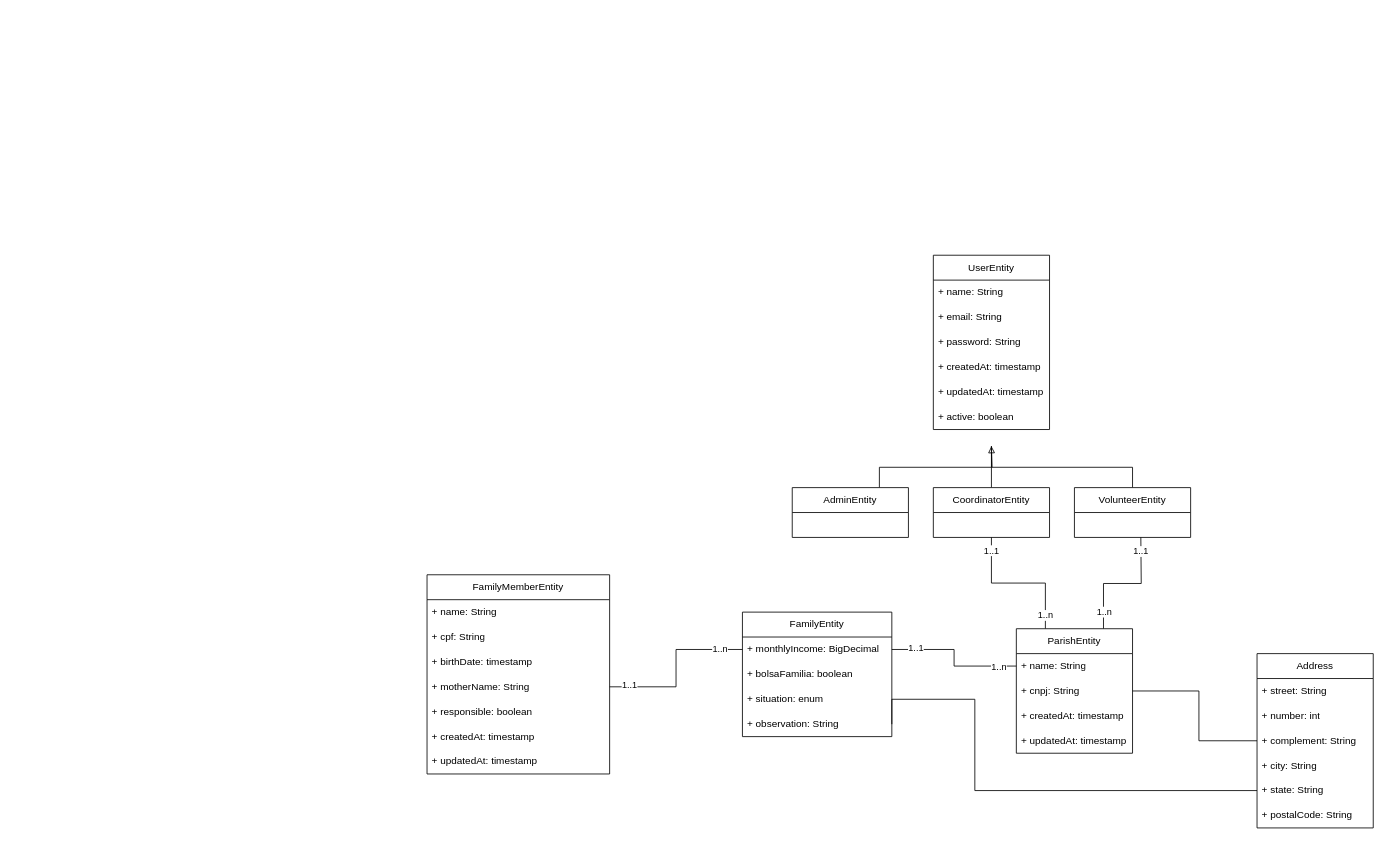
This is caritas.drawio from xliveirx/caritas-quarkus, a draw.io file, before an edit. Source tidied: cells renumbered, new cells numbered last; positions are measured from the earlier drawing's top-left corner, leaving out a move shared by most shapes. Both pictures are drawn from the tidied source at 83%, with x=0, y=0 at pixel (427, 255).
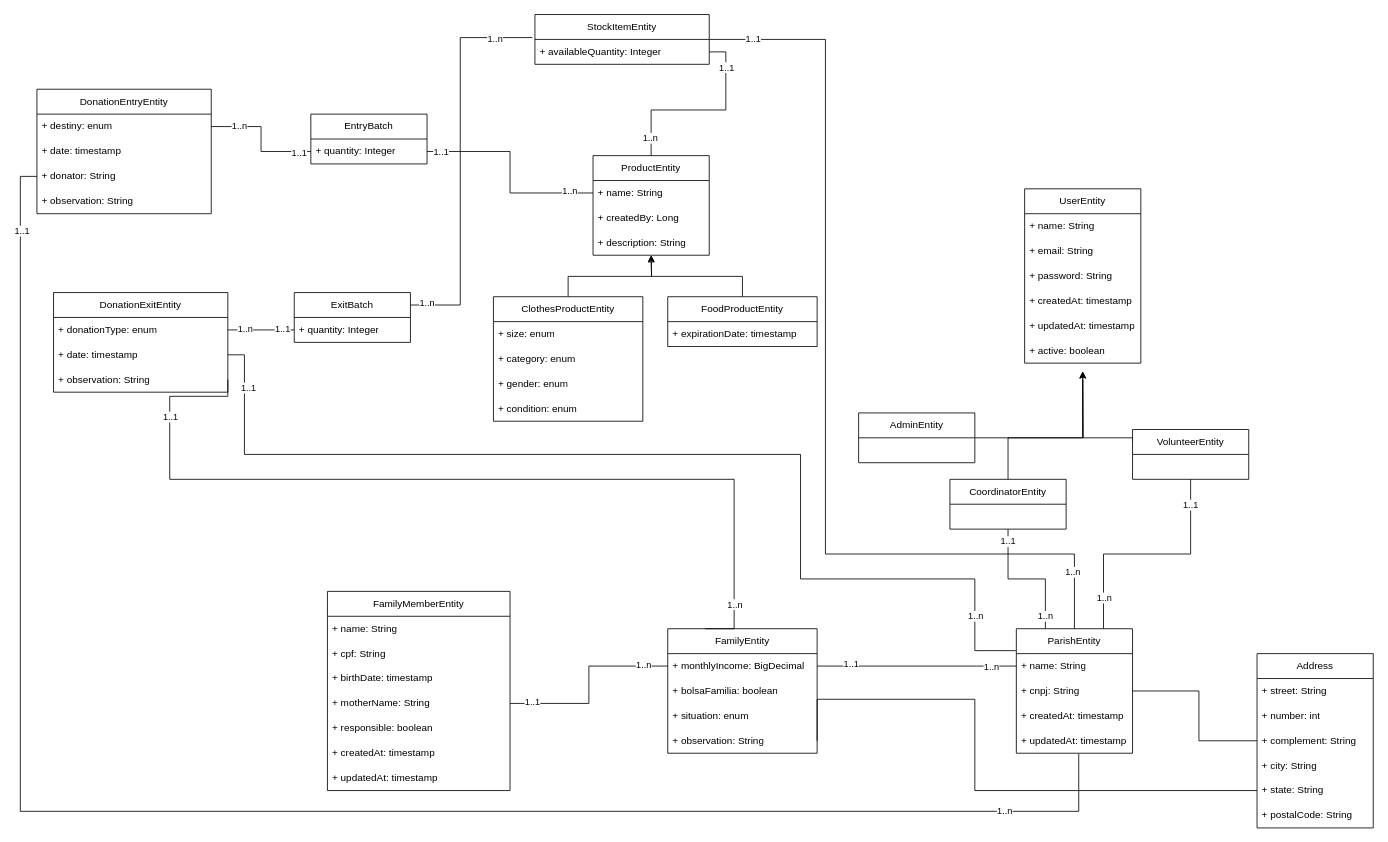
The same diagram, later.

Unchanged cells that the change refers to:
```xml
<mxCell id="9" value="ParishEntity" style="swimlane;fontStyle=0;horizontal=1;startSize=30;whiteSpace=wrap;html=1;" parent="1" vertex="1">
  <mxGeometry x="710" y="450" width="140" height="150" as="geometry" />
</mxCell>
<mxCell id="10" value="+ name: String" style="text;strokeColor=none;fillColor=none;align=left;verticalAlign=middle;spacingLeft=4;spacingRight=4;overflow=hidden;points=[[0,0.5],[1,0.5]];portConstraint=eastwest;whiteSpace=wrap;html=1;" parent="9" vertex="1">
  <mxGeometry y="30" width="140" height="30" as="geometry" />
</mxCell>
<mxCell id="13" value="+ updatedAt: timestamp" style="text;strokeColor=none;fillColor=none;align=left;verticalAlign=middle;spacingLeft=4;spacingRight=4;overflow=hidden;points=[[0,0.5],[1,0.5]];portConstraint=eastwest;whiteSpace=wrap;html=1;" parent="9" vertex="1">
  <mxGeometry y="120" width="140" height="30" as="geometry" />
</mxCell>
```

What changed in the source:
```diff
@@
-    <mxCell id="2" style="edgeStyle=orthogonalEdgeStyle;rounded=0;jettySize=auto;html=1;exitX=0.75;exitY=0;exitDx=0;exitDy=0;endArrow=none;endFill=0;" parent="1" edge="1" source="9">
-      <mxGeometry relative="1" as="geometry">
-        <mxPoint x="860" y="340" as="targetPoint" />
-      </mxGeometry>
+    <mxCell id="2" style="edgeStyle=orthogonalEdgeStyle;rounded=0;jettySize=auto;html=1;exitX=0.75;exitY=0;exitDx=0;exitDy=0;endArrow=none;endFill=0;entryX=0.5;entryY=1;entryDx=0;entryDy=0;" parent="1" edge="1" source="9" target="34">
+      <mxGeometry relative="1" as="geometry" />
     </mxCell>
@@
     <mxCell id="21" value="UserEntity" style="swimlane;fontStyle=0;horizontal=1;startSize=30;whiteSpace=wrap;html=1;" parent="1" vertex="1">
-      <mxGeometry x="610" width="140" height="210" as="geometry" />
+      <mxGeometry x="720" y="-80" width="140" height="210" as="geometry" />
     </mxCell>
@@
-    <mxCell id="29" style="edgeStyle=orthogonalEdgeStyle;rounded=0;jettySize=auto;html=1;exitX=0.75;exitY=0;exitDx=0;exitDy=0;endArrow=none;endFill=0;" parent="1" edge="1" source="30">
-      <mxGeometry relative="1" as="geometry">
-        <mxPoint x="680" y="230" as="targetPoint" />
-      </mxGeometry>
-    </mxCell>
+    <mxCell id="55" style="edgeStyle=orthogonalEdgeStyle;rounded=0;jettySize=auto;html=1;exitX=1;exitY=0.5;exitDx=0;exitDy=0;" parent="1" edge="1" source="30">
+      <mxGeometry relative="1" as="geometry">
+        <mxPoint x="790" y="140" as="targetPoint" />
+      </mxGeometry>
+    </mxCell>
     <mxCell id="30" value="AdminEntity" style="swimlane;fontStyle=0;horizontal=1;startSize=30;whiteSpace=wrap;html=1;" parent="1" vertex="1">
-      <mxGeometry x="440" y="280" width="140" height="60" as="geometry" />
+      <mxGeometry x="520" y="190" width="140" height="60" as="geometry" />
     </mxCell>
     <mxCell id="31" style="edgeStyle=orthogonalEdgeStyle;rounded=0;jettySize=auto;html=1;exitX=0.5;exitY=0;exitDx=0;exitDy=0;endArrow=none;endFill=0;" parent="1" edge="1" source="32">
       <mxGeometry relative="1" as="geometry">
-        <mxPoint x="680" y="230" as="targetPoint" />
+        <mxPoint x="790" y="150" as="targetPoint" />
+        <Array as="points">
+          <mxPoint x="700" y="220" />
+          <mxPoint x="790" y="220" />
+        </Array>
       </mxGeometry>
     </mxCell>
     <mxCell id="32" value="CoordinatorEntity" style="swimlane;fontStyle=0;horizontal=1;startSize=30;whiteSpace=wrap;html=1;" parent="1" vertex="1">
-      <mxGeometry x="610" y="280" width="140" height="60" as="geometry" />
+      <mxGeometry x="630" y="270" width="140" height="60" as="geometry" />
     </mxCell>
-    <mxCell id="33" style="edgeStyle=orthogonalEdgeStyle;rounded=0;jettySize=auto;html=1;exitX=0.5;exitY=0;exitDx=0;exitDy=0;startArrow=none;startFill=0;endArrow=block;endFill=0;endSize=6;" parent="1" edge="1" source="34">
-      <mxGeometry relative="1" as="geometry">
-        <mxPoint x="680" y="230" as="targetPoint" />
-      </mxGeometry>
-    </mxCell>
+    <mxCell id="56" style="edgeStyle=orthogonalEdgeStyle;rounded=0;jettySize=auto;html=1;exitX=0;exitY=0.25;exitDx=0;exitDy=0;" parent="1" edge="1" source="34">
+      <mxGeometry relative="1" as="geometry">
+        <mxPoint x="790" y="140" as="targetPoint" />
+        <Array as="points">
+          <mxPoint x="850" y="220" />
+          <mxPoint x="790" y="220" />
+        </Array>
+      </mxGeometry>
+    </mxCell>
     <mxCell id="34" value="VolunteerEntity" style="swimlane;fontStyle=0;horizontal=1;startSize=30;whiteSpace=wrap;html=1;" parent="1" vertex="1">
-      <mxGeometry x="780" y="280" width="140" height="60" as="geometry" />
+      <mxGeometry x="850" y="210" width="140" height="60" as="geometry" />
     </mxCell>
     <mxCell id="35" value="FamilyEntity" style="swimlane;fontStyle=0;horizontal=1;startSize=30;whiteSpace=wrap;html=1;" parent="1" vertex="1">
-      <mxGeometry x="380" y="430" width="180" height="150" as="geometry" />
+      <mxGeometry x="290" y="450" width="180" height="150" as="geometry" />
     </mxCell>
@@
     <mxCell id="40" value="FamilyMemberEntity" style="swimlane;fontStyle=0;horizontal=1;startSize=30;whiteSpace=wrap;html=1;" parent="1" vertex="1">
-      <mxGeometry y="385" width="220" height="240" as="geometry" />
+      <mxGeometry x="-120" y="405" width="220" height="240" as="geometry" />
     </mxCell>
@@
+    <mxCell id="57" value="DonationEntryEntity" style="swimlane;fontStyle=0;horizontal=1;startSize=30;whiteSpace=wrap;html=1;" parent="1" vertex="1">
+      <mxGeometry x="-470" y="-200" width="210" height="150" as="geometry" />
+    </mxCell>
+    <mxCell id="58" value="+ destiny: enum" style="text;strokeColor=none;fillColor=none;align=left;verticalAlign=middle;spacingLeft=4;spacingRight=4;overflow=hidden;points=[[0,0.5],[1,0.5]];portConstraint=eastwest;whiteSpace=wrap;html=1;" parent="57" vertex="1">
+      <mxGeometry y="30" width="210" height="30" as="geometry" />
+    </mxCell>
+    <mxCell id="59" value="+ date: timestamp" style="text;strokeColor=none;fillColor=none;align=left;verticalAlign=middle;spacingLeft=4;spacingRight=4;overflow=hidden;whiteSpace=wrap;html=1;" parent="57" vertex="1">
+      <mxGeometry y="60" width="210" height="30" as="geometry" />
+    </mxCell>
+    <mxCell id="60" value="+ donator: String" style="text;strokeColor=none;fillColor=none;align=left;verticalAlign=middle;spacingLeft=4;spacingRight=4;overflow=hidden;points=[[0,0.5],[1,0.5]];portConstraint=eastwest;whiteSpace=wrap;html=1;" parent="57" vertex="1">
+      <mxGeometry y="90" width="210" height="30" as="geometry" />
+    </mxCell>
+    <mxCell id="61" value="+ observation: String" style="text;strokeColor=none;fillColor=none;align=left;verticalAlign=middle;spacingLeft=4;spacingRight=4;overflow=hidden;whiteSpace=wrap;html=1;" parent="57" vertex="1">
+      <mxGeometry y="120" width="210" height="30" as="geometry" />
+    </mxCell>
+    <mxCell id="62" value="ProductEntity" style="swimlane;fontStyle=0;horizontal=1;startSize=30;whiteSpace=wrap;html=1;" parent="1" vertex="1">
+      <mxGeometry x="200" y="-120" width="140" height="120" as="geometry" />
+    </mxCell>
+    <mxCell id="63" value="+ name: String" style="text;strokeColor=none;fillColor=none;align=left;verticalAlign=middle;spacingLeft=4;spacingRight=4;overflow=hidden;points=[[0,0.5],[1,0.5]];portConstraint=eastwest;whiteSpace=wrap;html=1;" parent="62" vertex="1">
+      <mxGeometry y="30" width="140" height="30" as="geometry" />
+    </mxCell>
+    <mxCell id="64" value="+ createdBy: Long" style="text;strokeColor=none;fillColor=none;align=left;verticalAlign=middle;spacingLeft=4;spacingRight=4;overflow=hidden;whiteSpace=wrap;html=1;" parent="62" vertex="1">
+      <mxGeometry y="60" width="140" height="30" as="geometry" />
+    </mxCell>
+    <mxCell id="65" value="+ description: String" style="text;strokeColor=none;fillColor=none;align=left;verticalAlign=middle;spacingLeft=4;spacingRight=4;overflow=hidden;whiteSpace=wrap;html=1;" parent="62" vertex="1">
+      <mxGeometry y="90" width="140" height="30" as="geometry" />
+    </mxCell>
+    <mxCell id="66" style="edgeStyle=orthogonalEdgeStyle;rounded=0;jettySize=auto;html=1;exitX=0.5;exitY=0;exitDx=0;exitDy=0;" parent="1" edge="1" source="67">
+      <mxGeometry relative="1" as="geometry">
+        <mxPoint x="270" as="targetPoint" />
+      </mxGeometry>
+    </mxCell>
+    <mxCell id="67" value="FoodProductEntity" style="swimlane;fontStyle=0;horizontal=1;startSize=30;whiteSpace=wrap;html=1;" parent="1" vertex="1">
+      <mxGeometry x="290" y="50" width="180" height="60" as="geometry" />
+    </mxCell>
+    <mxCell id="68" value="+ expirationDate: timestamp" style="text;strokeColor=none;fillColor=none;align=left;verticalAlign=middle;spacingLeft=4;spacingRight=4;overflow=hidden;whiteSpace=wrap;html=1;" parent="67" vertex="1">
+      <mxGeometry y="30" width="180" height="30" as="geometry" />
+    </mxCell>
+    <mxCell id="69" style="edgeStyle=orthogonalEdgeStyle;rounded=0;jettySize=auto;html=1;exitX=0.5;exitY=0;exitDx=0;exitDy=0;endArrow=block;endFill=0;" parent="1" edge="1" source="70">
+      <mxGeometry relative="1" as="geometry">
+        <mxPoint x="270" as="targetPoint" />
+      </mxGeometry>
+    </mxCell>
+    <mxCell id="70" value="ClothesProductEntity" style="swimlane;fontStyle=0;horizontal=1;startSize=30;whiteSpace=wrap;html=1;" parent="1" vertex="1">
+      <mxGeometry x="80" y="50" width="180" height="150" as="geometry" />
+    </mxCell>
+    <mxCell id="71" value="+ size: enum" style="text;strokeColor=none;fillColor=none;align=left;verticalAlign=middle;spacingLeft=4;spacingRight=4;overflow=hidden;whiteSpace=wrap;html=1;" parent="70" vertex="1">
+      <mxGeometry y="30" width="180" height="30" as="geometry" />
+    </mxCell>
+    <mxCell id="72" value="+ category: enum" style="text;strokeColor=none;fillColor=none;align=left;verticalAlign=middle;spacingLeft=4;spacingRight=4;overflow=hidden;whiteSpace=wrap;html=1;" parent="70" vertex="1">
+      <mxGeometry y="60" width="180" height="30" as="geometry" />
+    </mxCell>
+    <mxCell id="73" value="+ gender: enum" style="text;strokeColor=none;fillColor=none;align=left;verticalAlign=middle;spacingLeft=4;spacingRight=4;overflow=hidden;whiteSpace=wrap;html=1;" parent="70" vertex="1">
+      <mxGeometry y="90" width="180" height="30" as="geometry" />
+    </mxCell>
+    <mxCell id="74" value="+ condition: enum" style="text;strokeColor=none;fillColor=none;align=left;verticalAlign=middle;spacingLeft=4;spacingRight=4;overflow=hidden;whiteSpace=wrap;html=1;" parent="70" vertex="1">
+      <mxGeometry y="120" width="180" height="30" as="geometry" />
+    </mxCell>
+    <mxCell id="75" value="DonationExitEntity" style="swimlane;fontStyle=0;horizontal=1;startSize=30;whiteSpace=wrap;html=1;" parent="1" vertex="1">
+      <mxGeometry x="-450" y="45" width="210" height="120" as="geometry" />
+    </mxCell>
+    <mxCell id="76" value="+ donationType: enum" style="text;strokeColor=none;fillColor=none;align=left;verticalAlign=middle;spacingLeft=4;spacingRight=4;overflow=hidden;points=[[0,0.5],[1,0.5]];portConstraint=eastwest;whiteSpace=wrap;html=1;" parent="75" vertex="1">
+      <mxGeometry y="30" width="210" height="30" as="geometry" />
+    </mxCell>
+    <mxCell id="77" value="+ date: timestamp" style="text;strokeColor=none;fillColor=none;align=left;verticalAlign=middle;spacingLeft=4;spacingRight=4;overflow=hidden;points=[[0,0.5],[1,0.5]];portConstraint=eastwest;whiteSpace=wrap;html=1;" parent="75" vertex="1">
+      <mxGeometry y="60" width="210" height="30" as="geometry" />
+    </mxCell>
+    <mxCell id="78" value="+ observation: String" style="text;strokeColor=none;fillColor=none;align=left;verticalAlign=middle;spacingLeft=4;spacingRight=4;overflow=hidden;points=[[0,0.5],[1,0.5]];portConstraint=eastwest;whiteSpace=wrap;html=1;" parent="75" vertex="1">
+      <mxGeometry y="90" width="210" height="30" as="geometry" />
+    </mxCell>
+    <mxCell id="79" value="EntryBatch" style="swimlane;fontStyle=0;horizontal=1;startSize=30;whiteSpace=wrap;html=1;" parent="1" vertex="1">
+      <mxGeometry x="-140" y="-170" width="140" height="60" as="geometry" />
+    </mxCell>
+    <mxCell id="80" value="+ quantity: Integer" style="text;strokeColor=none;fillColor=none;align=left;verticalAlign=middle;spacingLeft=4;spacingRight=4;overflow=hidden;points=[[0,0.5],[1,0.5]];portConstraint=eastwest;whiteSpace=wrap;html=1;" parent="79" vertex="1">
+      <mxGeometry y="30" width="140" height="30" as="geometry" />
+    </mxCell>
+    <mxCell id="81" value="ExitBatch" style="swimlane;fontStyle=0;horizontal=1;startSize=30;whiteSpace=wrap;html=1;" parent="1" vertex="1">
+      <mxGeometry x="-160" y="45" width="140" height="60" as="geometry" />
+    </mxCell>
+    <mxCell id="82" value="+ quantity: Integer" style="text;strokeColor=none;fillColor=none;align=left;verticalAlign=middle;spacingLeft=4;spacingRight=4;overflow=hidden;points=[[0,0.5],[1,0.5]];portConstraint=eastwest;whiteSpace=wrap;html=1;" parent="81" vertex="1">
+      <mxGeometry y="30" width="140" height="30" as="geometry" />
+    </mxCell>
+    <mxCell id="83" style="edgeStyle=orthogonalEdgeStyle;rounded=0;jettySize=auto;html=1;exitX=1;exitY=0.5;exitDx=0;exitDy=0;endArrow=none;endFill=0;" parent="1" edge="1" source="86" target="9">
+      <mxGeometry relative="1" as="geometry">
+        <Array as="points">
+          <mxPoint x="480" y="-260" />
+          <mxPoint x="480" y="360" />
+          <mxPoint x="780" y="360" />
+        </Array>
+      </mxGeometry>
+    </mxCell>
+    <mxCell id="84" value="1..1" style="edgeLabel;html=1;align=center;verticalAlign=middle;" parent="83" vertex="1">
+      <mxGeometry x="-0.91" y="2" relative="1" as="geometry" />
+    </mxCell>
+    <mxCell id="85" value="1..n" style="edgeLabel;html=1;align=center;verticalAlign=middle;" parent="83" vertex="1">
+      <mxGeometry x="0.88" y="-3" relative="1" as="geometry" />
+    </mxCell>
+    <mxCell id="86" value="StockItemEntity" style="swimlane;fontStyle=0;horizontal=1;startSize=30;whiteSpace=wrap;html=1;" parent="1" vertex="1">
+      <mxGeometry x="130" y="-290" width="210" height="60" as="geometry" />
+    </mxCell>
+    <mxCell id="87" value="+ availableQuantity: Integer" style="text;strokeColor=none;fillColor=none;align=left;verticalAlign=middle;spacingLeft=4;spacingRight=4;overflow=hidden;points=[[0,0.5],[1,0.5]];portConstraint=eastwest;whiteSpace=wrap;html=1;" parent="86" vertex="1">
+      <mxGeometry y="30" width="210" height="30" as="geometry" />
+    </mxCell>
+    <mxCell id="88" style="edgeStyle=orthogonalEdgeStyle;rounded=0;jettySize=auto;html=1;exitX=1;exitY=0.5;exitDx=0;exitDy=0;entryX=0.5;entryY=0;entryDx=0;entryDy=0;endArrow=none;endFill=0;" parent="1" edge="1" source="87" target="62">
+      <mxGeometry relative="1" as="geometry" />
+    </mxCell>
+    <mxCell id="89" value="1..n" style="edgeLabel;html=1;align=center;verticalAlign=middle;" parent="88" vertex="1">
+      <mxGeometry x="0.81" y="-2" relative="1" as="geometry" />
+    </mxCell>
+    <mxCell id="90" value="1..1" style="edgeLabel;html=1;align=center;verticalAlign=middle;" parent="88" vertex="1">
+      <mxGeometry x="-0.68" relative="1" as="geometry" />
+    </mxCell>
+    <mxCell id="91" style="edgeStyle=orthogonalEdgeStyle;rounded=0;jettySize=auto;html=1;exitX=1;exitY=0.5;exitDx=0;exitDy=0;entryX=0;entryY=0.5;entryDx=0;entryDy=0;endArrow=none;endFill=0;" parent="1" edge="1" source="80" target="63">
+      <mxGeometry relative="1" as="geometry" />
+    </mxCell>
+    <mxCell id="92" value="1..1" style="edgeLabel;html=1;align=center;verticalAlign=middle;" parent="91" vertex="1">
+      <mxGeometry x="-0.87" relative="1" as="geometry" />
+    </mxCell>
+    <mxCell id="93" value="1..n" style="edgeLabel;html=1;align=center;verticalAlign=middle;" parent="91" vertex="1">
+      <mxGeometry x="0.77" y="3" relative="1" as="geometry" />
+    </mxCell>
+    <mxCell id="94" style="edgeStyle=orthogonalEdgeStyle;rounded=0;jettySize=auto;html=1;endArrow=none;endFill=0;" parent="1" edge="1" source="58" target="80">
+      <mxGeometry relative="1" as="geometry" />
+    </mxCell>
+    <mxCell id="95" value="1..n" style="edgeLabel;html=1;align=center;verticalAlign=middle;" parent="94" vertex="1">
+      <mxGeometry x="-0.56" y="1" relative="1" as="geometry" />
+    </mxCell>
+    <mxCell id="96" value="1..1" style="edgeLabel;html=1;align=center;verticalAlign=middle;" parent="94" vertex="1">
+      <mxGeometry x="0.8" y="-1" relative="1" as="geometry" />
+    </mxCell>
+    <mxCell id="97" style="edgeStyle=orthogonalEdgeStyle;rounded=0;jettySize=auto;html=1;exitX=1;exitY=0.25;exitDx=0;exitDy=0;entryX=-0.015;entryY=-0.074;entryDx=0;entryDy=0;entryPerimeter=0;endArrow=none;endFill=0;" parent="1" edge="1" source="81" target="87">
+      <mxGeometry relative="1" as="geometry">
+        <Array as="points">
+          <mxPoint x="40" y="60" />
+          <mxPoint x="40" y="-262" />
+        </Array>
+      </mxGeometry>
+    </mxCell>
+    <mxCell id="98" value="1..n" style="edgeLabel;html=1;align=center;verticalAlign=middle;" parent="97" vertex="1">
+      <mxGeometry x="-0.92" y="3" relative="1" as="geometry" />
+    </mxCell>
+    <mxCell id="99" value="1..n" style="edgeLabel;html=1;align=center;verticalAlign=middle;" parent="97" vertex="1">
+      <mxGeometry x="0.81" y="-1" relative="1" as="geometry" />
+    </mxCell>
+    <mxCell id="100" style="edgeStyle=orthogonalEdgeStyle;rounded=0;jettySize=auto;html=1;endArrow=none;endFill=0;" parent="1" edge="1" source="76" target="82">
+      <mxGeometry relative="1" as="geometry" />
+    </mxCell>
+    <mxCell id="101" value="1..n" style="edgeLabel;html=1;align=center;verticalAlign=middle;" parent="100" vertex="1">
+      <mxGeometry x="-0.51" y="2" relative="1" as="geometry" />
+    </mxCell>
+    <mxCell id="102" value="1..1" style="edgeLabel;html=1;align=center;verticalAlign=middle;" parent="100" vertex="1">
+      <mxGeometry x="0.63" y="2" relative="1" as="geometry" />
+    </mxCell>
+    <mxCell id="103" style="edgeStyle=orthogonalEdgeStyle;rounded=0;jettySize=auto;html=1;exitX=1;exitY=0.5;exitDx=0;exitDy=0;entryX=0.25;entryY=0;entryDx=0;entryDy=0;endArrow=none;endFill=0;" parent="1" edge="1" source="78" target="35">
+      <mxGeometry relative="1" as="geometry">
+        <Array as="points">
+          <mxPoint x="-240" y="170" />
+          <mxPoint x="-310" y="170" />
+          <mxPoint x="-310" y="270" />
+          <mxPoint x="370" y="270" />
+          <mxPoint x="370" y="450" />
+        </Array>
+      </mxGeometry>
+    </mxCell>
+    <mxCell id="104" value="1..1" style="edgeLabel;html=1;align=center;verticalAlign=middle;" parent="103" vertex="1">
+      <mxGeometry x="-0.79" relative="1" as="geometry" />
+    </mxCell>
+    <mxCell id="105" value="1..n" style="edgeLabel;html=1;align=center;verticalAlign=middle;" parent="103" vertex="1">
+      <mxGeometry x="0.88" relative="1" as="geometry" />
+    </mxCell>
+    <mxCell id="106" style="edgeStyle=orthogonalEdgeStyle;rounded=0;jettySize=auto;html=1;exitX=1;exitY=0.5;exitDx=0;exitDy=0;entryX=-0.004;entryY=-0.119;entryDx=0;entryDy=0;entryPerimeter=0;endArrow=none;endFill=0;" parent="1" edge="1" source="77" target="10">
+      <mxGeometry relative="1" as="geometry">
+        <Array as="points">
+          <mxPoint x="-220" y="240" />
+          <mxPoint x="450" y="240" />
+          <mxPoint x="450" y="390" />
+          <mxPoint x="660" y="390" />
+          <mxPoint x="660" y="476" />
+        </Array>
+      </mxGeometry>
+    </mxCell>
+    <mxCell id="107" value="1..1" style="edgeLabel;html=1;align=center;verticalAlign=middle;" parent="106" vertex="1">
+      <mxGeometry x="-0.91" y="4" relative="1" as="geometry" />
+    </mxCell>
+    <mxCell id="108" value="1..n" style="edgeLabel;html=1;align=center;verticalAlign=middle;" parent="106" vertex="1">
+      <mxGeometry x="0.86" relative="1" as="geometry" />
+    </mxCell>
+    <mxCell id="109" style="edgeStyle=orthogonalEdgeStyle;rounded=0;jettySize=auto;html=1;exitX=0;exitY=0.5;exitDx=0;exitDy=0;entryX=0.537;entryY=1.024;entryDx=0;entryDy=0;entryPerimeter=0;endArrow=none;endFill=0;" parent="1" edge="1" source="60" target="13">
+      <mxGeometry relative="1" as="geometry">
+        <Array as="points">
+          <mxPoint x="-490" y="-95" />
+          <mxPoint x="-490" y="670" />
+          <mxPoint x="785" y="670" />
+        </Array>
+      </mxGeometry>
+    </mxCell>
+    <mxCell id="110" value="1..1" style="edgeLabel;html=1;align=center;verticalAlign=middle;" parent="109" vertex="1">
+      <mxGeometry x="-0.92" y="1" relative="1" as="geometry" />
+    </mxCell>
+    <mxCell id="111" value="1..n" style="edgeLabel;html=1;align=center;verticalAlign=middle;" parent="109" vertex="1">
+      <mxGeometry x="0.85" y="1" relative="1" as="geometry" />
+    </mxCell>
```
